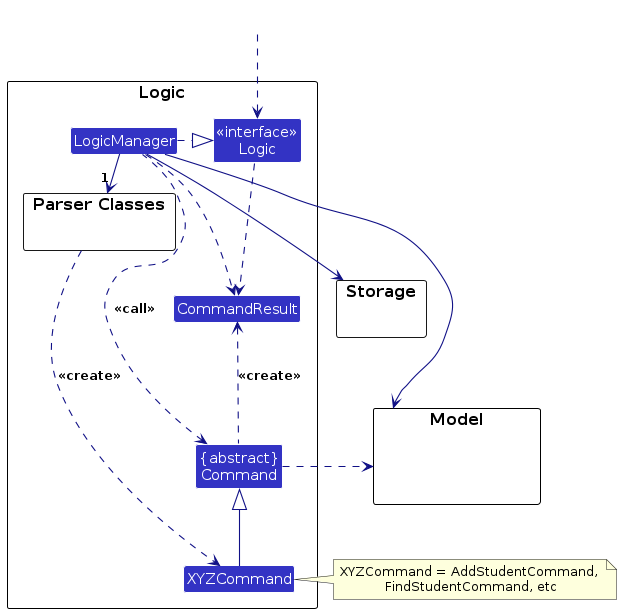
Before: diagrams/LogicClassDiagram.png, a diagram exported from PlantUML (AY2425S2-CS2103T-T11-2/tp). Its source is kept beside it as diagrams/LogicClassDiagram.puml.
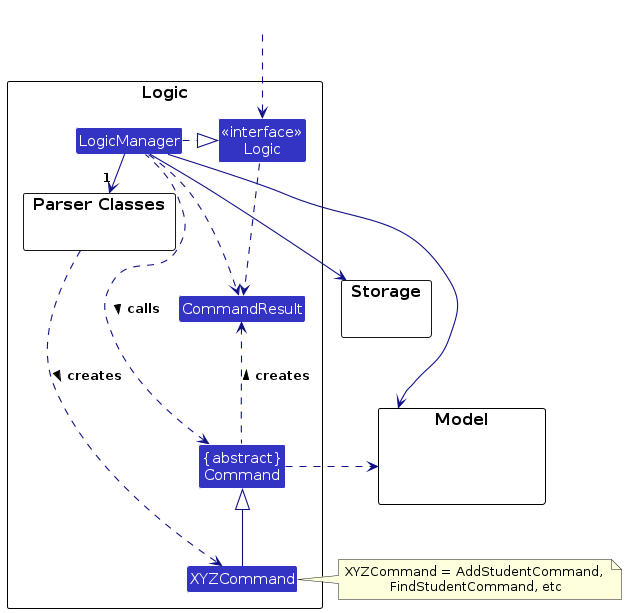
The same diagram one commit later.

What changed in the source:
```diff
@@ -29,10 +29,10 @@
 
 LogicManager .right.|> Logic
 LogicManager -right->"1" ParserClasses
-ParserClasses ..> XYZCommand : <<create>>
+ParserClasses ..> XYZCommand : creates >
 
 XYZCommand -up-|> Command
-LogicManager .left.> Command : <<call>>
+LogicManager .left.> Command : calls >
 
 LogicManager --> Model
 LogicManager --> Storage
@@ -43,5 +43,5 @@
 
 Logic ..> CommandResult
 LogicManager .down.> CommandResult
-Command .up.> CommandResult : <<create>>
+Command .up.> CommandResult : > creates
 @enduml
```
